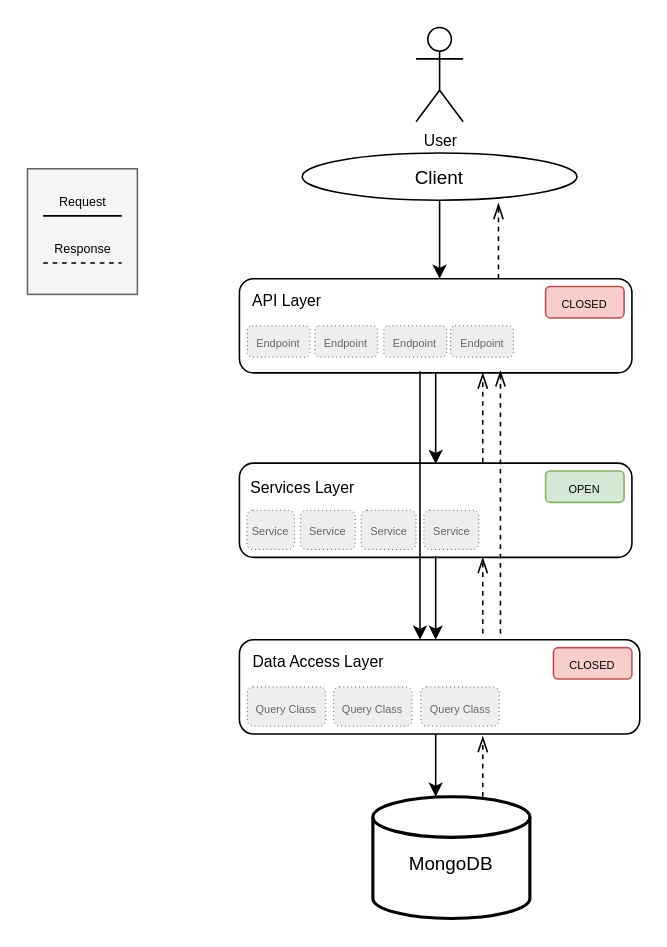
Above: images/Untitled Diagram.drawio in suzmas/wip (draw.io), before the change. Source tidied: cells renumbered, new cells numbered last; positions are measured from the earlier drawing's top-left corner, leaving out a move shared by most shapes. Both pictures are drawn from the tidied source at 157%, with x=0, y=0 at pixel (27, 27).
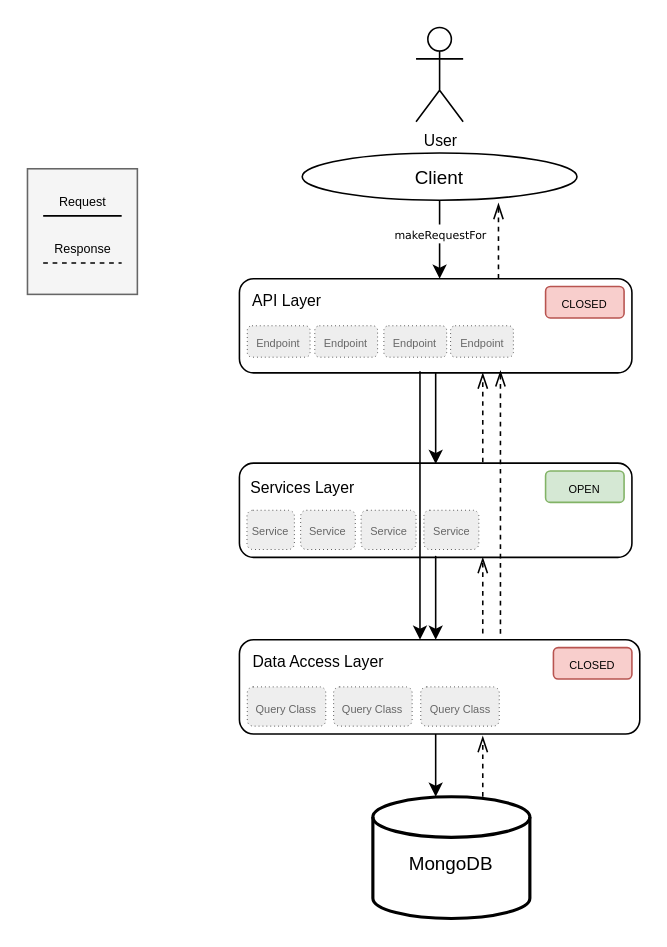
The same diagram, later.

The change refers to these unchanged cells:
```xml
<mxCell id="6" style="curved=1;noEdgeStyle=1;orthogonal=1;" parent="1" edge="1" source="4" target="5">
  <mxGeometry relative="1" as="geometry" />
</mxCell>
```

Diff of the diagram source:
```diff
@@
+    <mxCell id="40" value="&lt;font face=&quot;Verdana&quot; style=&quot;font-size: 7px&quot; color=&quot;#000000&quot;&gt;makeRequestFor&lt;/font&gt;" style="edgeLabel;html=1;align=center;verticalAlign=middle;fontSize=10;fontColor=#666666;" parent="6" vertex="1">
+      <mxGeometry x="-0.14" y="-1" relative="1" as="geometry">
+        <mxPoint x="1" y="-2" as="offset" />
+      </mxGeometry>
+    </mxCell>
```
